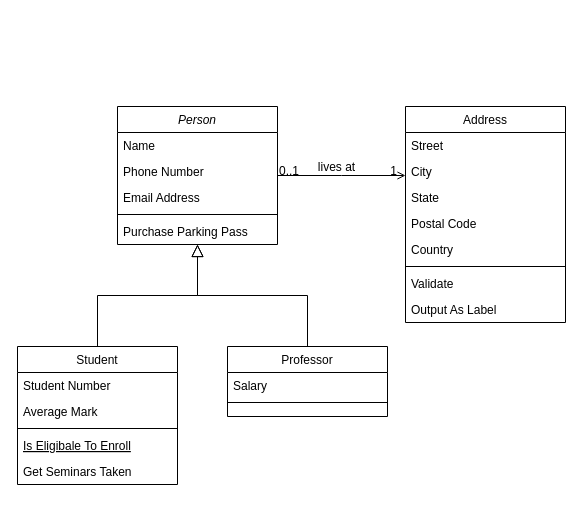
mdwidar/BPM_Generator keeps this draw.io diagram as src/Untitled Diagram.drawio. Above is the earlier version. Source tidied: cells renumbered, new cells numbered last; positions are measured from the earlier drawing's top-left corner, leaving out a move shared by most shapes. Both pictures are drawn from the tidied source at 100%, with x=0, y=0 at pixel (17, 106).
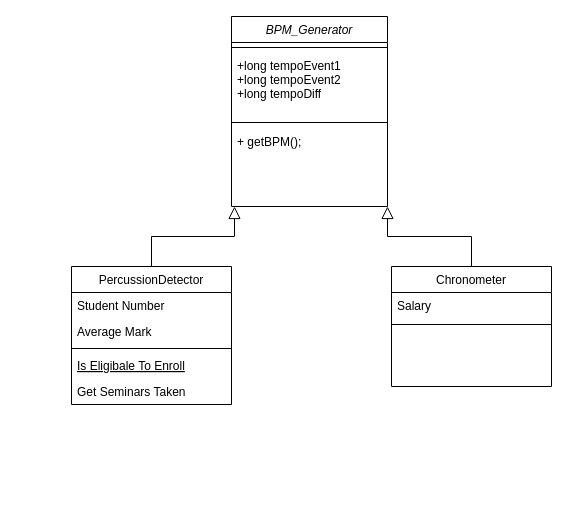
Above is the later version.

Change to the diagram source:
```diff
@@
-    <mxCell id="2" value="Person" style="swimlane;fontStyle=2;align=center;verticalAlign=top;horizontal=1;startSize=26;rounded=0;shadow=0;strokeWidth=1;" parent="1" vertex="1">
-      <mxGeometry x="100" width="160" height="138" as="geometry" />
+    <mxCell id="2" value="BPM_Generator" style="swimlane;fontStyle=2;align=center;verticalAlign=top;horizontal=1;startSize=26;rounded=0;shadow=0;strokeWidth=1;" parent="1" vertex="1">
+      <mxGeometry x="214" y="-90" width="156" height="190" as="geometry" />
     </mxCell>
+    <mxCell id="6" style="line;html=1;strokeWidth=1;align=left;verticalAlign=middle;spacingTop=-1;spacingLeft=3;spacingRight=3;labelPosition=right;" parent="2" vertex="1">
+      <mxGeometry y="26" width="156" height="10" as="geometry" />
+    </mxCell>
-    <mxCell id="3" value="Name" style="text;align=left;verticalAlign=top;spacingLeft=4;spacingRight=4;overflow=hidden;" parent="2" vertex="1">
-      <mxGeometry y="26" width="160" height="26" as="geometry" />
+    <mxCell id="3" value="+long tempoEvent1&#10;+long tempoEvent2&#10;+long tempoDiff" style="text;align=left;verticalAlign=top;spacingLeft=4;spacingRight=4;overflow=hidden;" parent="2" vertex="1">
+      <mxGeometry y="36" width="156" height="64" as="geometry" />
     </mxCell>
-    <mxCell id="4" value="Phone Number" style="text;align=left;verticalAlign=top;spacingLeft=4;spacingRight=4;overflow=hidden;rounded=0;shadow=0;html=0;" parent="2" vertex="1">
-      <mxGeometry y="52" width="160" height="26" as="geometry" />
-    </mxCell>
-    <mxCell id="5" value="Email Address" style="text;align=left;verticalAlign=top;spacingLeft=4;spacingRight=4;overflow=hidden;rounded=0;shadow=0;html=0;" parent="2" vertex="1">
-      <mxGeometry y="78" width="160" height="26" as="geometry" />
-    </mxCell>
-    <mxCell id="6" style="line;html=1;strokeWidth=1;align=left;verticalAlign=middle;spacingTop=-1;spacingLeft=3;spacingRight=3;labelPosition=right;" parent="2" vertex="1">
-      <mxGeometry y="104" width="160" height="8" as="geometry" />
-    </mxCell>
+    <mxCell id="32" style="line;html=1;strokeWidth=1;align=left;verticalAlign=middle;spacingTop=-1;spacingLeft=3;spacingRight=3;labelPosition=right;" parent="2" vertex="1">
+      <mxGeometry y="100" width="156" height="12" as="geometry" />
+    </mxCell>
-    <mxCell id="7" value="Purchase Parking Pass" style="text;align=left;verticalAlign=top;spacingLeft=4;spacingRight=4;overflow=hidden;" parent="2" vertex="1">
-      <mxGeometry y="112" width="160" height="26" as="geometry" />
+    <mxCell id="7" value="+ getBPM();" style="text;align=left;verticalAlign=top;spacingLeft=4;spacingRight=4;overflow=hidden;" parent="2" vertex="1">
+      <mxGeometry y="112" width="156" height="26" as="geometry" />
     </mxCell>
-    <mxCell id="8" value="Student" style="swimlane;fontStyle=0;align=center;verticalAlign=top;horizontal=1;startSize=26;rounded=0;shadow=0;strokeWidth=1;" parent="1" vertex="1">
-      <mxGeometry y="240" width="160" height="138" as="geometry" />
+    <mxCell id="8" value="PercussionDetector" style="swimlane;fontStyle=0;align=center;verticalAlign=top;horizontal=1;startSize=26;rounded=0;shadow=0;strokeWidth=1;" parent="1" vertex="1">
+      <mxGeometry x="54" y="160" width="160" height="138" as="geometry" />
     </mxCell>
@@
-    <mxCell id="14" style="endArrow=block;endSize=10;endFill=0;shadow=0;strokeWidth=1;rounded=0;edgeStyle=elbowEdgeStyle;elbow=vertical;" parent="1" edge="1" source="8" target="2">
-      <mxGeometry relative="1" as="geometry" />
+    <mxCell id="14" style="endArrow=block;endSize=10;endFill=0;shadow=0;strokeWidth=1;rounded=0;edgeStyle=elbowEdgeStyle;elbow=vertical;" parent="1" edge="1" source="8">
+      <mxGeometry relative="1" as="geometry">
+        <mxPoint x="217" y="100" as="targetPoint" />
+      </mxGeometry>
     </mxCell>
-    <mxCell id="15" value="Professor" style="swimlane;fontStyle=0;align=center;verticalAlign=top;horizontal=1;startSize=26;rounded=0;shadow=0;strokeWidth=1;" parent="1" vertex="1">
-      <mxGeometry x="210" y="240" width="160" height="70" as="geometry" />
+    <mxCell id="15" value="Chronometer" style="swimlane;fontStyle=0;align=center;verticalAlign=top;horizontal=1;startSize=26;rounded=0;shadow=0;strokeWidth=1;" parent="1" vertex="1">
+      <mxGeometry x="374" y="160" width="160" height="120" as="geometry" />
     </mxCell>
@@
     <mxCell id="17" style="line;html=1;strokeWidth=1;align=left;verticalAlign=middle;spacingTop=-1;spacingLeft=3;spacingRight=3;labelPosition=right;" parent="15" vertex="1">
-      <mxGeometry y="52" width="160" height="8" as="geometry" />
+      <mxGeometry y="52" width="160" height="12" as="geometry" />
     </mxCell>
-    <mxCell id="18" style="endArrow=block;endSize=10;endFill=0;shadow=0;strokeWidth=1;rounded=0;edgeStyle=elbowEdgeStyle;elbow=vertical;" parent="1" edge="1" source="15" target="2">
-      <mxGeometry relative="1" as="geometry" />
+    <mxCell id="18" style="endArrow=block;endSize=10;endFill=0;shadow=0;strokeWidth=1;rounded=0;edgeStyle=elbowEdgeStyle;elbow=vertical;exitX=0.5;exitY=0;exitDx=0;exitDy=0;" parent="1" edge="1" source="15">
+      <mxGeometry relative="1" as="geometry">
+        <mxPoint x="370" y="100" as="targetPoint" />
+      </mxGeometry>
     </mxCell>
-    <mxCell id="19" value="Address" style="swimlane;fontStyle=0;align=center;verticalAlign=top;horizontal=1;startSize=26;rounded=0;shadow=0;strokeWidth=1;" parent="1" vertex="1">
-      <mxGeometry x="388" width="160" height="216" as="geometry" />
-    </mxCell>
-    <mxCell id="20" value="Street" style="text;align=left;verticalAlign=top;spacingLeft=4;spacingRight=4;overflow=hidden;" parent="19" vertex="1">
-      <mxGeometry y="26" width="160" height="26" as="geometry" />
-    </mxCell>
-    <mxCell id="21" value="City" style="text;align=left;verticalAlign=top;spacingLeft=4;spacingRight=4;overflow=hidden;rounded=0;shadow=0;html=0;" parent="19" vertex="1">
-      <mxGeometry y="52" width="160" height="26" as="geometry" />
-    </mxCell>
-    <mxCell id="22" value="State" style="text;align=left;verticalAlign=top;spacingLeft=4;spacingRight=4;overflow=hidden;rounded=0;shadow=0;html=0;" parent="19" vertex="1">
-      <mxGeometry y="78" width="160" height="26" as="geometry" />
-    </mxCell>
-    <mxCell id="23" value="Postal Code" style="text;align=left;verticalAlign=top;spacingLeft=4;spacingRight=4;overflow=hidden;rounded=0;shadow=0;html=0;" parent="19" vertex="1">
-      <mxGeometry y="104" width="160" height="26" as="geometry" />
-    </mxCell>
-    <mxCell id="24" value="Country" style="text;align=left;verticalAlign=top;spacingLeft=4;spacingRight=4;overflow=hidden;rounded=0;shadow=0;html=0;" parent="19" vertex="1">
-      <mxGeometry y="130" width="160" height="26" as="geometry" />
-    </mxCell>
-    <mxCell id="25" style="line;html=1;strokeWidth=1;align=left;verticalAlign=middle;spacingTop=-1;spacingLeft=3;spacingRight=3;labelPosition=right;" parent="19" vertex="1">
-      <mxGeometry y="156" width="160" height="8" as="geometry" />
-    </mxCell>
-    <mxCell id="26" value="Validate" style="text;align=left;verticalAlign=top;spacingLeft=4;spacingRight=4;overflow=hidden;" parent="19" vertex="1">
-      <mxGeometry y="164" width="160" height="26" as="geometry" />
-    </mxCell>
-    <mxCell id="27" value="Output As Label" style="text;align=left;verticalAlign=top;spacingLeft=4;spacingRight=4;overflow=hidden;" parent="19" vertex="1">
-      <mxGeometry y="190" width="160" height="26" as="geometry" />
-    </mxCell>
-    <mxCell id="28" style="endArrow=open;shadow=0;strokeWidth=1;rounded=0;endFill=1;edgeStyle=elbowEdgeStyle;elbow=vertical;" parent="1" edge="1" source="2" target="19">
-      <mxGeometry x="0.5" y="41" relative="1" as="geometry">
-        <mxPoint x="-40" y="32" as="offset" />
-      </mxGeometry>
-    </mxCell>
-    <mxCell id="29" value="0..1" style="align=left;verticalAlign=bottom;labelBackgroundColor=none;fontSize=12;" parent="28" vertex="1">
-      <mxGeometry x="-1" relative="1" as="geometry">
-        <mxPoint y="4" as="offset" />
-      </mxGeometry>
-    </mxCell>
-    <mxCell id="30" value="1" style="align=right;verticalAlign=bottom;labelBackgroundColor=none;fontSize=12;" parent="28" vertex="1">
-      <mxGeometry x="1" relative="1" as="geometry">
-        <mxPoint x="-7" y="4" as="offset" />
-      </mxGeometry>
-    </mxCell>
-    <mxCell id="31" value="lives at" style="text;html=1;align=center;verticalAlign=middle;labelBackgroundColor=none;rounded=0;shadow=0;strokeWidth=1;fontSize=12;" parent="28" vertex="1">
-      <mxGeometry x="0.5" y="49" relative="1" as="geometry">
-        <mxPoint x="-38" y="40" as="offset" />
-      </mxGeometry>
-    </mxCell>
```
